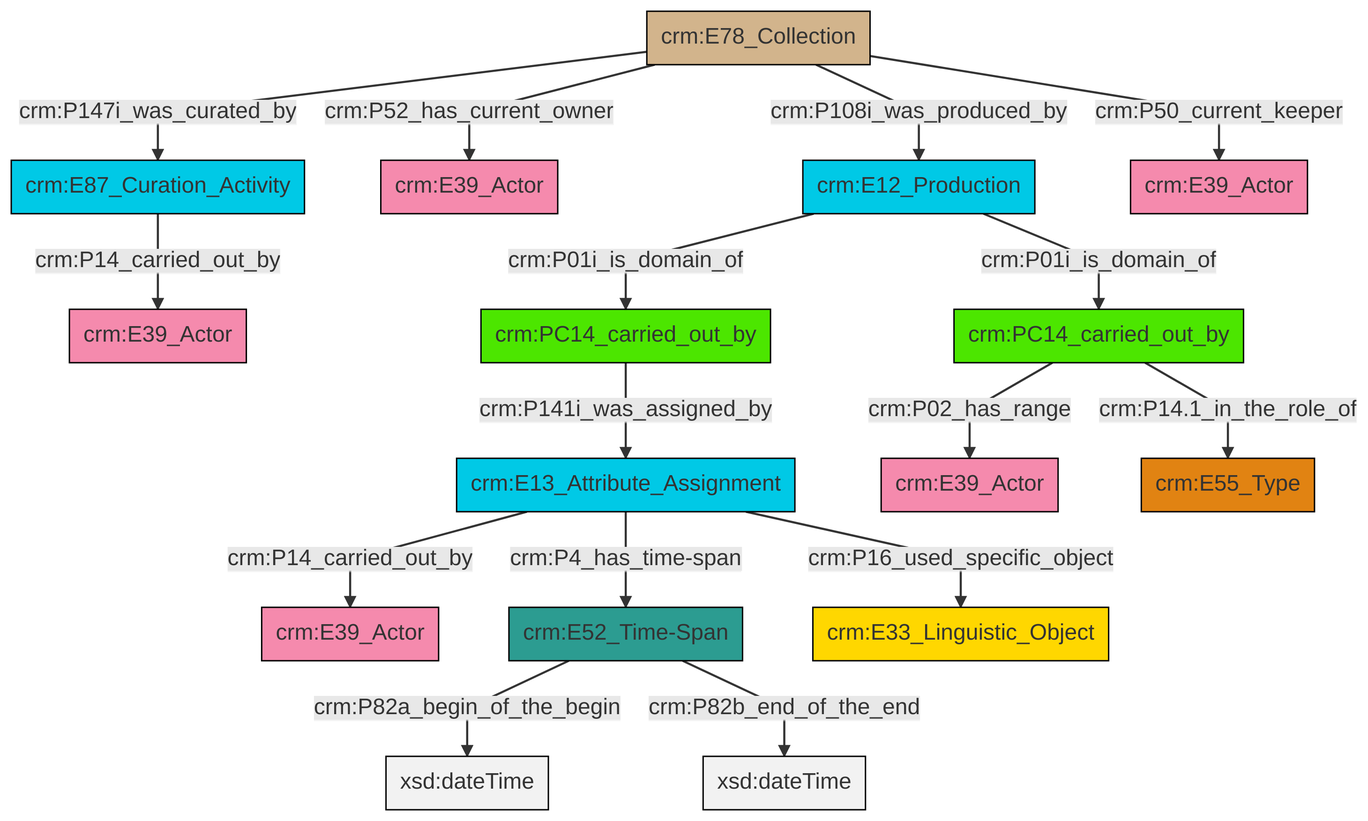
Earlier version of the Mermaid export et/archivalCSV/ttl/mmd/png/archival_relation.png (swiss-art-research-net/docs.swissartresearch). Its source is kept beside it as et/archivalCSV/ttl/mmd/archival_relation.ttl.mmd.
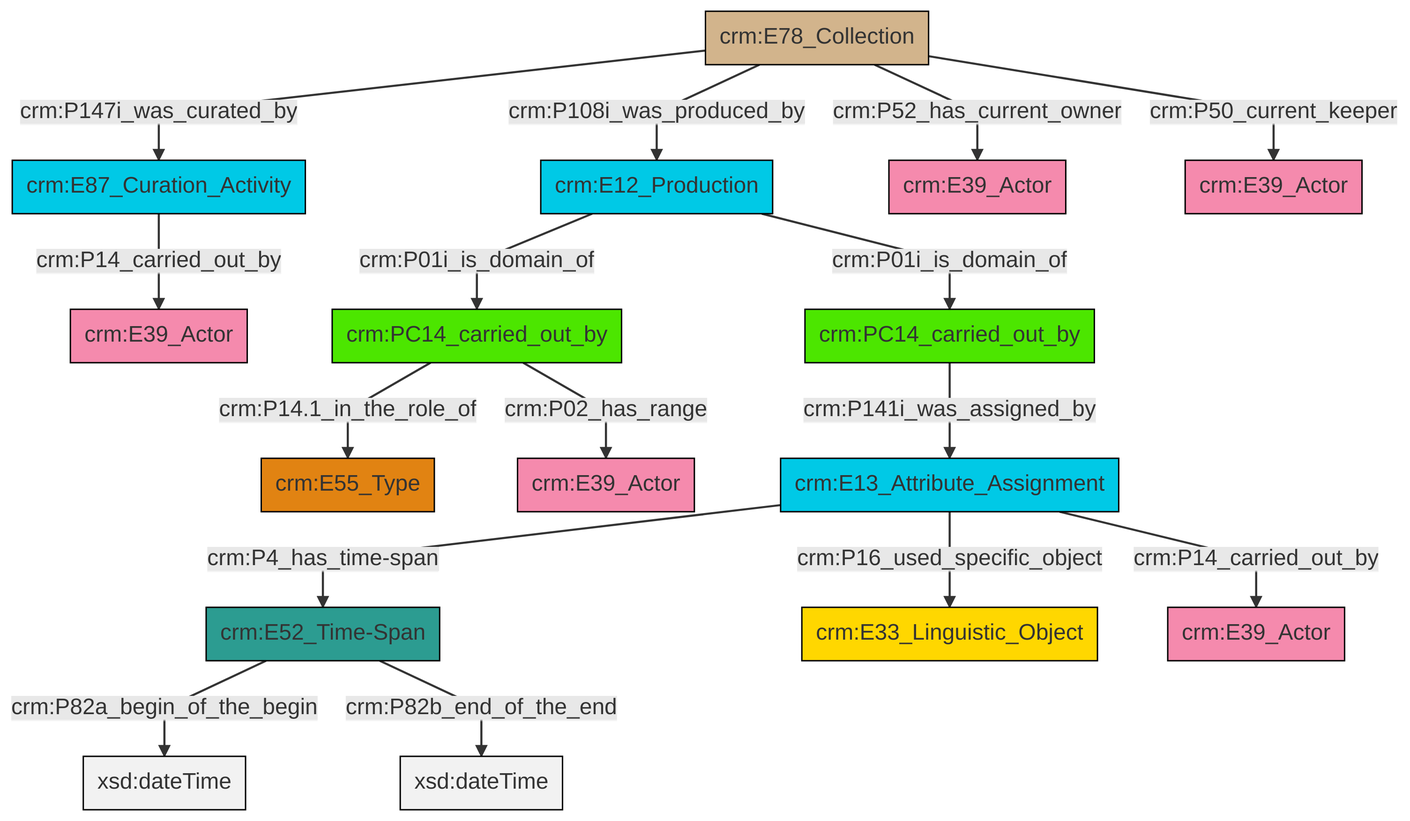
Above is the later version.

Diff of the diagram source:
```diff
@@ -13,18 +13,18 @@
 classDef PC_Classes fill:#4ce600, stroke:#000000;
 classDef Multi fill:#cccccc,stroke:#000000;
 
-0["crm:E13_Attribute_Assignment"]:::Temporal_Entity -->|crm:P14_carried_out_by| 1["crm:E39_Actor"]:::Actor
-6["crm:PC14_carried_out_by"]:::PC_Classes -->|crm:P02_has_range| 7["crm:E39_Actor"]:::Actor
-8["crm:E52_Time-Span"]:::Time-Span -->|crm:P82a_begin_of_the_begin| 9[xsd:dateTime]:::Literal
-10["crm:E78_Collection"]:::Physical_Thing -->|crm:P147i_was_curated_by| 11["crm:E87_Curation_Activity"]:::Temporal_Entity
-0["crm:E13_Attribute_Assignment"]:::Temporal_Entity -->|crm:P16_used_specific_object| 12["crm:E33_Linguistic_Object"]:::Conceptual_Object
-10["crm:E78_Collection"]:::Physical_Thing -->|crm:P52_has_current_owner| 13["crm:E39_Actor"]:::Actor
-8["crm:E52_Time-Span"]:::Time-Span -->|crm:P82b_end_of_the_end| 18[xsd:dateTime]:::Literal
-0["crm:E13_Attribute_Assignment"]:::Temporal_Entity -->|crm:P4_has_time-span| 8["crm:E52_Time-Span"]:::Time-Span
-10["crm:E78_Collection"]:::Physical_Thing -->|crm:P108i_was_produced_by| 15["crm:E12_Production"]:::Temporal_Entity
-10["crm:E78_Collection"]:::Physical_Thing -->|crm:P50_current_keeper| 20["crm:E39_Actor"]:::Actor
-6["crm:PC14_carried_out_by"]:::PC_Classes -->|crm:P14.1_in_the_role_of| 22["crm:E55_Type"]:::Type
-4["crm:PC14_carried_out_by"]:::PC_Classes -->|crm:P141i_was_assigned_by| 0["crm:E13_Attribute_Assignment"]:::Temporal_Entity
-11["crm:E87_Curation_Activity"]:::Temporal_Entity -->|crm:P14_carried_out_by| 2["crm:E39_Actor"]:::Actor
-15["crm:E12_Production"]:::Temporal_Entity -->|crm:P01i_is_domain_of| 6["crm:PC14_carried_out_by"]:::PC_Classes
-15["crm:E12_Production"]:::Temporal_Entity -->|crm:P01i_is_domain_of| 4["crm:PC14_carried_out_by"]:::PC_Classes
+0["crm:E13_Attribute_Assignment"]:::Temporal_Entity -->|crm:P4_has_time-span| 1["crm:E52_Time-Span"]:::Time-Span
+1["crm:E52_Time-Span"]:::Time-Span -->|crm:P82a_begin_of_the_begin| 2[xsd:dateTime]:::Literal
+3["crm:PC14_carried_out_by"]:::PC_Classes -->|crm:P14.1_in_the_role_of| 4["crm:E55_Type"]:::Type
+0["crm:E13_Attribute_Assignment"]:::Temporal_Entity -->|crm:P16_used_specific_object| 5["crm:E33_Linguistic_Object"]:::Conceptual_Object
+0["crm:E13_Attribute_Assignment"]:::Temporal_Entity -->|crm:P14_carried_out_by| 9["crm:E39_Actor"]:::Actor
+10["crm:E87_Curation_Activity"]:::Temporal_Entity -->|crm:P14_carried_out_by| 11["crm:E39_Actor"]:::Actor
+7["crm:E78_Collection"]:::Physical_Thing -->|crm:P147i_was_curated_by| 10["crm:E87_Curation_Activity"]:::Temporal_Entity
+17["crm:PC14_carried_out_by"]:::PC_Classes -->|crm:P141i_was_assigned_by| 0["crm:E13_Attribute_Assignment"]:::Temporal_Entity
+19["crm:E12_Production"]:::Temporal_Entity -->|crm:P01i_is_domain_of| 3["crm:PC14_carried_out_by"]:::PC_Classes
+7["crm:E78_Collection"]:::Physical_Thing -->|crm:P108i_was_produced_by| 19["crm:E12_Production"]:::Temporal_Entity
+1["crm:E52_Time-Span"]:::Time-Span -->|crm:P82b_end_of_the_end| 26[xsd:dateTime]:::Literal
+7["crm:E78_Collection"]:::Physical_Thing -->|crm:P52_has_current_owner| 24["crm:E39_Actor"]:::Actor
+7["crm:E78_Collection"]:::Physical_Thing -->|crm:P50_current_keeper| 14["crm:E39_Actor"]:::Actor
+19["crm:E12_Production"]:::Temporal_Entity -->|crm:P01i_is_domain_of| 17["crm:PC14_carried_out_by"]:::PC_Classes
+3["crm:PC14_carried_out_by"]:::PC_Classes -->|crm:P02_has_range| 12["crm:E39_Actor"]:::Actor
```
